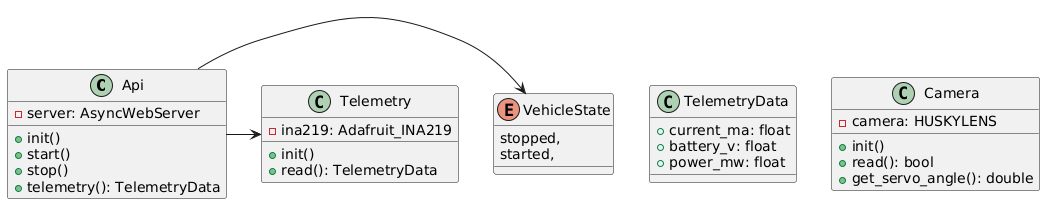
Rose-Hulman-ECE-Junior-Design/junior-design-project-sec01-team04-bgp keeps this PlantUML diagram as docs/uml_diagram.png. Above is the earlier version.
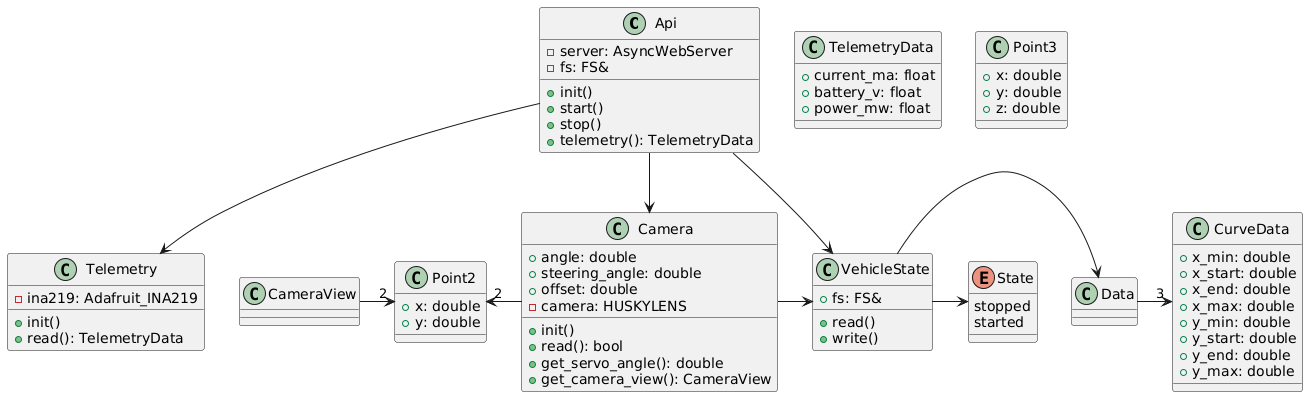
Later version of the same file.

Commit message:
Update pictures and UML diagram for docs

The edit, as a diff of the source:
```diff
@@ -1,6 +1,7 @@
 @startuml
 class Api {
     -server: AsyncWebServer
+    -fs: FS&
 
     +init()
     +start()
@@ -8,16 +9,45 @@
     +telemetry(): TelemetryData
 }
 
-enum VehicleState {
-    stopped,
-    started,
+Api -down-> VehicleState
+Api -down-> Telemetry
+Api -down-> Camera
+
+enum State {
+    stopped
+    started
 }
+
+class CurveData {
+    +x_min: double
+    +x_start: double
+    +x_end: double
+    +x_max: double
+    +y_min: double
+    +y_start: double
+    +y_end: double
+    +y_max: double
+}
+
+class Data {}
+
+Data ->"3" CurveData
 
 class TelemetryData {
     +current_ma: float
     +battery_v: float
     +power_mw: float
 }
+
+class VehicleState {
+    +fs: FS&
+
+    +read()
+    +write()
+}
+
+VehicleState -> State
+VehicleState -> Data
 
 class Telemetry {
     -ina219: Adafruit_INA219
@@ -26,14 +56,33 @@
     +read(): TelemetryData
 }
 
-Api -> VehicleState
-Api -> Telemetry
+class Point3 {
+    +x: double
+    +y: double
+    +z: double
+}
+
+class Point2 {
+    +x: double
+    +y: double
+}
+
+class CameraView {}
+
+CameraView ->"2" Point2
 
 class Camera {
+    +angle: double
+    +steering_angle: double
+    +offset: double
     -camera: HUSKYLENS
 
     +init()
     +read(): bool
     +get_servo_angle(): double
+    +get_camera_view(): CameraView
 }
+
+Camera -> VehicleState
+Camera -left->"2" Point2
 @enduml
```
